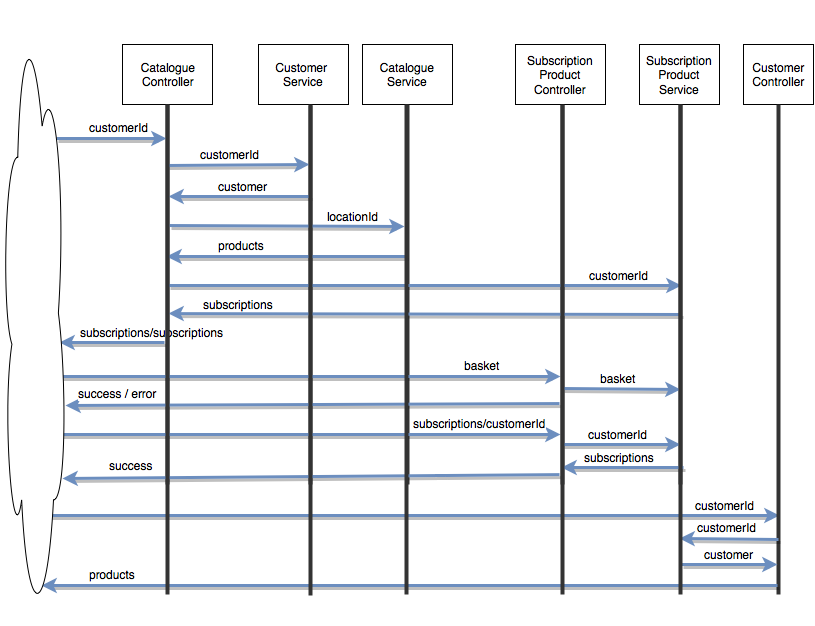
Earlier version of the draw.io export docs/customerproducts_flowDiagram.png (amadeoas/spring-customerproducts). Source tidied: cells renumbered, new cells last; positions are measured from the earlier drawing's top-left corner, leaving out a move shared by most shapes.
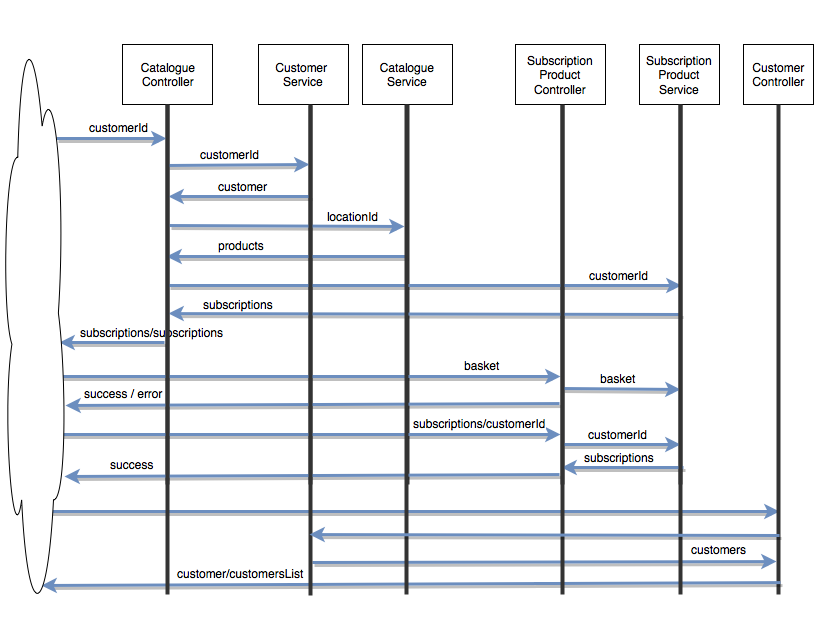
The same file after the commit.

Commit message:
Update flow diagram

Change to the diagram source:
```diff
@@ -90,7 +90,7 @@
     </mxCell>
     <mxCell id="21" value="success / error&lt;br&gt;" style="text;html=1;align=center;verticalAlign=middle;labelBackgroundColor=#ffffff;" parent="20" vertex="1">
       <mxGeometry x="-0.39" y="-2" relative="1" as="geometry">
-        <mxPoint x="-291" y="-9" as="offset" />
+        <mxPoint x="-285" y="-9" as="offset" />
       </mxGeometry>
     </mxCell>
     <mxCell id="22" style="endArrow=classic;html=1;strokeWidth=3;shadow=1;plain-blue;entryX=0.923;entryY=0.543;entryPerimeter=0;" parent="1" edge="1">
@@ -104,7 +104,7 @@
         <mxPoint x="19" y="-9" as="offset" />
       </mxGeometry>
     </mxCell>
-    <mxCell id="24" style="endArrow=classic;html=1;plain-blue;shadow=1;strokeWidth=3;entryX=0.938;entryY=0.766;entryPerimeter=0;exitX=0.847;exitY=0.1;exitPerimeter=0;" parent="1" edge="1" target="52">
+    <mxCell id="24" style="endArrow=classic;html=1;plain-blue;shadow=1;strokeWidth=3;entryX=0.969;entryY=0.762;entryPerimeter=0;exitX=0.847;exitY=0.1;exitPerimeter=0;" parent="1" edge="1" target="52">
       <mxGeometry x="292" y="459" as="geometry">
         <mxPoint x="558" y="473" as="sourcePoint" />
       </mxGeometry>
@@ -190,52 +190,35 @@
     </mxCell>
     <mxCell id="42" style="endArrow=classic;html=1;plain-blue;shadow=1;strokeWidth=3;entryX=0.956;entryY=0.1;entryPerimeter=0;" parent="1" edge="1">
       <mxGeometry relative="1" as="geometry">
-        <mxPoint x="32" y="514" as="sourcePoint" />
-        <mxPoint x="778" y="514" as="targetPoint" />
+        <mxPoint x="32" y="510" as="sourcePoint" />
+        <mxPoint x="778" y="510" as="targetPoint" />
       </mxGeometry>
     </mxCell>
-    <mxCell id="43" value="customerId" style="text;html=1;align=center;verticalAlign=middle;labelBackgroundColor=#ffffff;" parent="42" vertex="1">
-      <mxGeometry x="-0.39" y="-2" relative="1" as="geometry">
-        <mxPoint x="463" y="-13" as="offset" />
-      </mxGeometry>
-    </mxCell>
     <mxCell id="44" value="Customer&lt;br&gt;Controller" style="whiteSpace=wrap;html=1;" parent="1" vertex="1">
       <mxGeometry x="742" y="43" width="70" height="60" as="geometry" />
     </mxCell>
     <mxCell id="45" style="line;direction=south;html=1;strokeColor=#333333;" parent="1" vertex="1">
       <mxGeometry x="772" y="103" width="10" height="490" as="geometry" />
     </mxCell>
-    <mxCell id="46" style="endArrow=classic;html=1;plain-blue;shadow=1;strokeWidth=3;exitX=0.888;exitY=0.4;exitPerimeter=0;entryX=0.886;entryY=0.5;entryPerimeter=0;" parent="1" edge="1">
-      <mxGeometry x="504" y="522" as="geometry">
-        <mxPoint x="777" y="538" as="sourcePoint" />
-        <mxPoint x="678" y="537" as="targetPoint" />
-      </mxGeometry>
-    </mxCell>
-    <mxCell id="47" value="customerId" style="text;html=1;align=center;verticalAlign=middle;labelBackgroundColor=#ffffff;" parent="46" vertex="1">
-      <mxGeometry x="-0.39" y="-2" relative="1" as="geometry">
-        <mxPoint x="-22" y="-10" as="offset" />
-      </mxGeometry>
-    </mxCell>
-    <mxCell id="48" style="endArrow=classic;html=1;plain-blue;shadow=1;strokeWidth=3;exitX=0.939;exitY=0.1;exitPerimeter=0;entryX=0.939;entryY=0.3;entryPerimeter=0;" parent="1" edge="1">
-      <mxGeometry x="314" y="586" as="geometry">
-        <mxPoint x="680" y="563" as="sourcePoint" />
-        <mxPoint x="776" y="563" as="targetPoint" />
+    <mxCell id="48" style="endArrow=classic;html=1;plain-blue;shadow=1;strokeWidth=3;exitX=0.933;exitY=0.2;exitPerimeter=0;entryX=0.939;entryY=0.3;entryPerimeter=0;" parent="1" edge="1">
+      <mxGeometry x="313" y="583" as="geometry">
+        <mxPoint x="311" y="561" as="sourcePoint" />
+        <mxPoint x="775" y="560" as="targetPoint" />
       </mxGeometry>
     </mxCell>
-    <mxCell id="49" value="customer" style="text;html=1;align=center;verticalAlign=middle;labelBackgroundColor=#ffffff;" parent="48" vertex="1">
+    <mxCell id="49" value="customers" style="text;html=1;align=center;verticalAlign=middle;labelBackgroundColor=#ffffff;" parent="48" vertex="1">
       <mxGeometry x="-0.39" y="-2" relative="1" as="geometry">
-        <mxPoint x="18" y="-13" as="offset" />
+        <mxPoint x="264" y="-15" as="offset" />
       </mxGeometry>
     </mxCell>
-    <mxCell id="50" style="endArrow=classic;html=1;plain-blue;shadow=1;strokeWidth=3;entryX=0.708;entryY=0.929;entryPerimeter=0;" parent="1" edge="1">
+    <mxCell id="50" style="endArrow=classic;html=1;plain-blue;shadow=1;strokeWidth=3;entryX=0.708;entryY=0.929;entryPerimeter=0;exitX=0.976;exitY=0.3;exitPerimeter=0;" parent="1" edge="1" source="45">
       <mxGeometry x="285" y="575" as="geometry">
-        <mxPoint x="776" y="584" as="sourcePoint" />
         <mxPoint x="40" y="584" as="targetPoint" />
       </mxGeometry>
     </mxCell>
-    <mxCell id="51" value="products" style="text;html=1;align=center;verticalAlign=middle;labelBackgroundColor=#ffffff;" parent="50" vertex="1">
+    <mxCell id="51" value="customer/customersList" style="text;html=1;align=center;verticalAlign=middle;labelBackgroundColor=#ffffff;" parent="50" vertex="1">
       <mxGeometry x="-0.39" y="-2" relative="1" as="geometry">
-        <mxPoint x="-441" y="-10" as="offset" />
+        <mxPoint x="-314" y="-8" as="offset" />
       </mxGeometry>
     </mxCell>
     <mxCell id="52" style="ellipse;shape=cloud;whiteSpace=wrap;html=1;" parent="1" vertex="1">
@@ -256,5 +239,11 @@
     <mxCell id="57" style="line;direction=south;html=1;strokeColor=#333333;" parent="1" vertex="1">
       <mxGeometry x="400" y="103" width="10" height="490" as="geometry" />
     </mxCell>
+    <mxCell id="58" style="endArrow=classic;html=1;plain-blue;shadow=1;strokeWidth=3;entryX=0.882;entryY=0.2;entryPerimeter=0;exitX=0.886;exitY=0;exitPerimeter=0;" parent="1" edge="1">
+      <mxGeometry x="498" y="514" as="geometry">
+        <mxPoint x="778" y="534" as="sourcePoint" />
+        <mxPoint x="308" y="533" as="targetPoint" />
+      </mxGeometry>
+    </mxCell>
   </root>
 </mxGraphModel>
```
